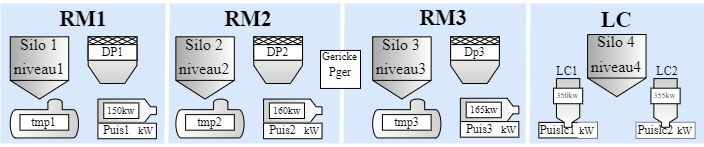
bharatdataabsolute/diagrams keeps this draw.io diagram as Untitled Diagram.drawio (1).png. Above is the earlier version. Source tidied: cells renumbered, new cells last; positions are measured from the earlier drawing's top-left corner, leaving out a move shared by most shapes.
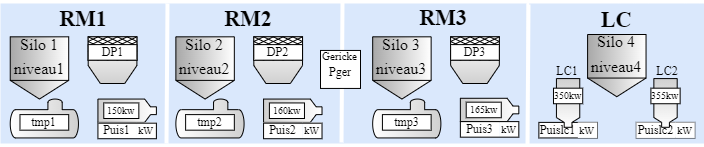
Later version of the same file.

The edit, as a diff of the source:
```diff
@@ -56,7 +56,7 @@
     <mxCell id="18" value="tmp3" style="whiteSpace=wrap;html=1;fontFamily=roboto;fontSource=https%3A%2F%2Ffonts.googleapis.com%2Fcss%3Ffamily%3Droboto;" parent="4" vertex="1">
       <mxGeometry x="381.9" y="112.1" width="48.7" height="15.6" as="geometry" />
     </mxCell>
-    <mxCell id="19" value="Dp3" style="whiteSpace=wrap;html=1;fontFamily=roboto;fontSource=https%3A%2F%2Ffonts.googleapis.com%2Fcss%3Ffamily%3Droboto;" parent="4" vertex="1">
+    <mxCell id="19" value="DP3" style="whiteSpace=wrap;html=1;fontFamily=roboto;fontSource=https%3A%2F%2Ffonts.googleapis.com%2Fcss%3Ffamily%3Droboto;" parent="4" vertex="1">
       <mxGeometry x="450.1" y="42.1" width="48.7" height="15.6" as="geometry" />
     </mxCell>
     <mxCell id="20" value="Silo 3" style="text;html=1;strokeColor=none;fillColor=none;align=center;verticalAlign=middle;whiteSpace=wrap;rounded=0;fontSize=16;fontFamily=roboto;fontSource=https%3A%2F%2Ffonts.googleapis.com%2Fcss%3Ffamily%3Droboto;" parent="4" vertex="1">
@@ -191,7 +191,7 @@
     <mxCell id="63" style="shape=mxgraph.pid.shaping_machines.shaping_machine_(horizontal);html=1;align=center;verticalLabelPosition=bottom;verticalAlign=top;dashed=0;gradientColor=#D0D0D0;gradientDirection=west;rotation=90;fontFamily=roboto;fontSource=https%3A%2F%2Ffonts.googleapis.com%2Fcss%3Ffamily%3Droboto;" parent="4" vertex="1">
       <mxGeometry x="640.7" y="88.8" width="48.7" height="23.3" as="geometry" />
     </mxCell>
-    <mxCell id="64" value="355kw" style="whiteSpace=wrap;html=1;fontSize=8;fontFamily=roboto;fontSource=https%3A%2F%2Ffonts.googleapis.com%2Fcss%3Ffamily%3Droboto;" parent="4" vertex="1">
+    <mxCell id="64" value="&lt;font style=&quot;font-size: 10px;&quot;&gt;355kw&lt;/font&gt;" style="whiteSpace=wrap;html=1;fontSize=8;fontFamily=roboto;fontSource=https%3A%2F%2Ffonts.googleapis.com%2Fcss%3Ffamily%3Droboto;" parent="4" vertex="1">
       <mxGeometry x="650.4" y="85.7" width="29.2" height="15.6" as="geometry" />
     </mxCell>
     <mxCell id="65" value="LC1" style="text;html=1;strokeColor=none;fillColor=none;align=center;verticalAlign=middle;whiteSpace=wrap;rounded=0;fontFamily=roboto;fontSource=https%3A%2F%2Ffonts.googleapis.com%2Fcss%3Ffamily%3Droboto;" parent="4" vertex="1">
@@ -203,7 +203,7 @@
     <mxCell id="67" style="shape=mxgraph.pid.shaping_machines.shaping_machine_(horizontal);html=1;align=center;verticalLabelPosition=bottom;verticalAlign=top;dashed=0;gradientColor=#D0D0D0;gradientDirection=west;rotation=90;fontFamily=roboto;fontSource=https%3A%2F%2Ffonts.googleapis.com%2Fcss%3Ffamily%3Droboto;" parent="4" vertex="1">
       <mxGeometry x="543.2" y="88.8" width="48.7" height="23.3" as="geometry" />
     </mxCell>
-    <mxCell id="68" value="350kw" style="whiteSpace=wrap;html=1;fontSize=8;fontFamily=roboto;fontSource=https%3A%2F%2Ffonts.googleapis.com%2Fcss%3Ffamily%3Droboto;fontColor=default;" parent="4" vertex="1">
+    <mxCell id="68" value="&lt;font style=&quot;font-size: 10px;&quot;&gt;350kw&lt;/font&gt;" style="whiteSpace=wrap;html=1;fontSize=8;fontFamily=roboto;fontSource=https%3A%2F%2Ffonts.googleapis.com%2Fcss%3Ffamily%3Droboto;fontColor=default;" parent="4" vertex="1">
       <mxGeometry x="553" y="85.7" width="29.2" height="15.6" as="geometry" />
     </mxCell>
     <mxCell id="69" style="endArrow=none;html=1;rounded=0;strokeWidth=4;strokeColor=#FFFFFF;exitX=1;exitY=1;exitDx=0;exitDy=0;" parent="4" edge="1">
```
